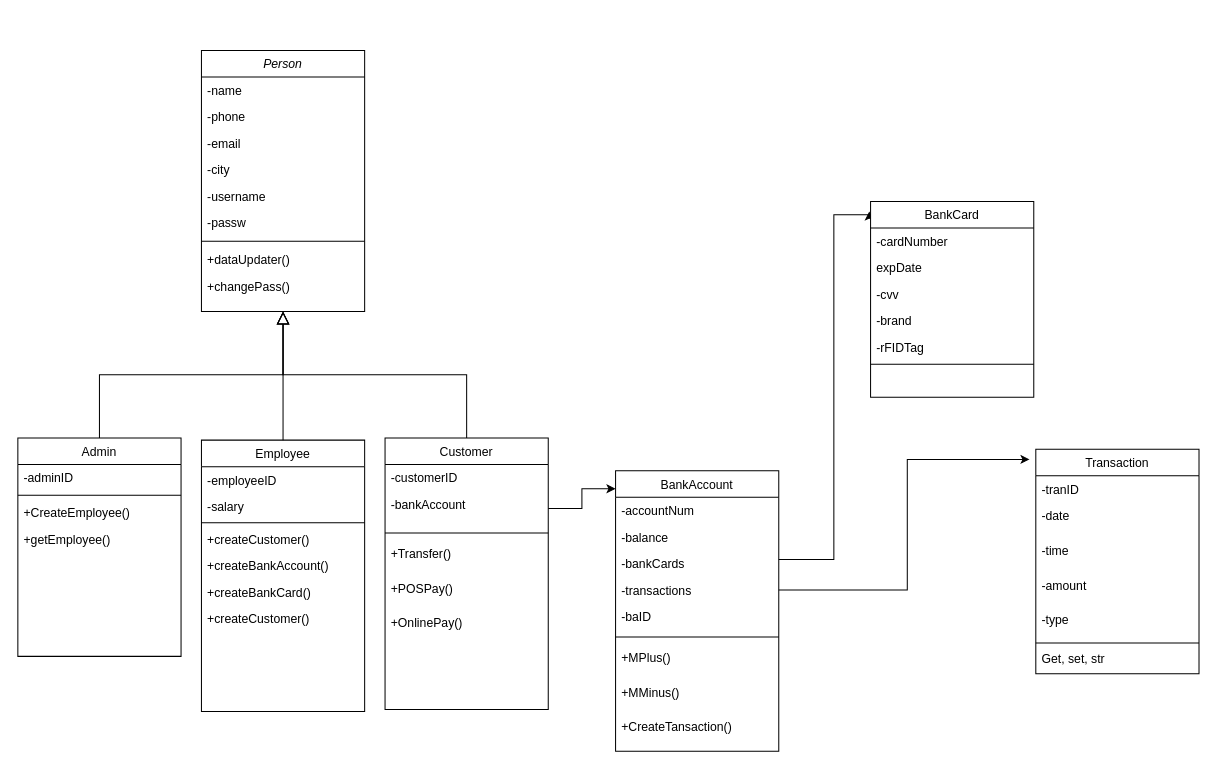
Above: OOP Python/Project - Bank/bank.drawio in ladamtla/School (draw.io), before the change. Source tidied: cells renumbered, new cells numbered last; positions are measured from the earlier drawing's top-left corner, leaving out a move shared by most shapes. Both pictures are drawn from the tidied source at 102%, with x=0, y=0 at pixel (17, 50).
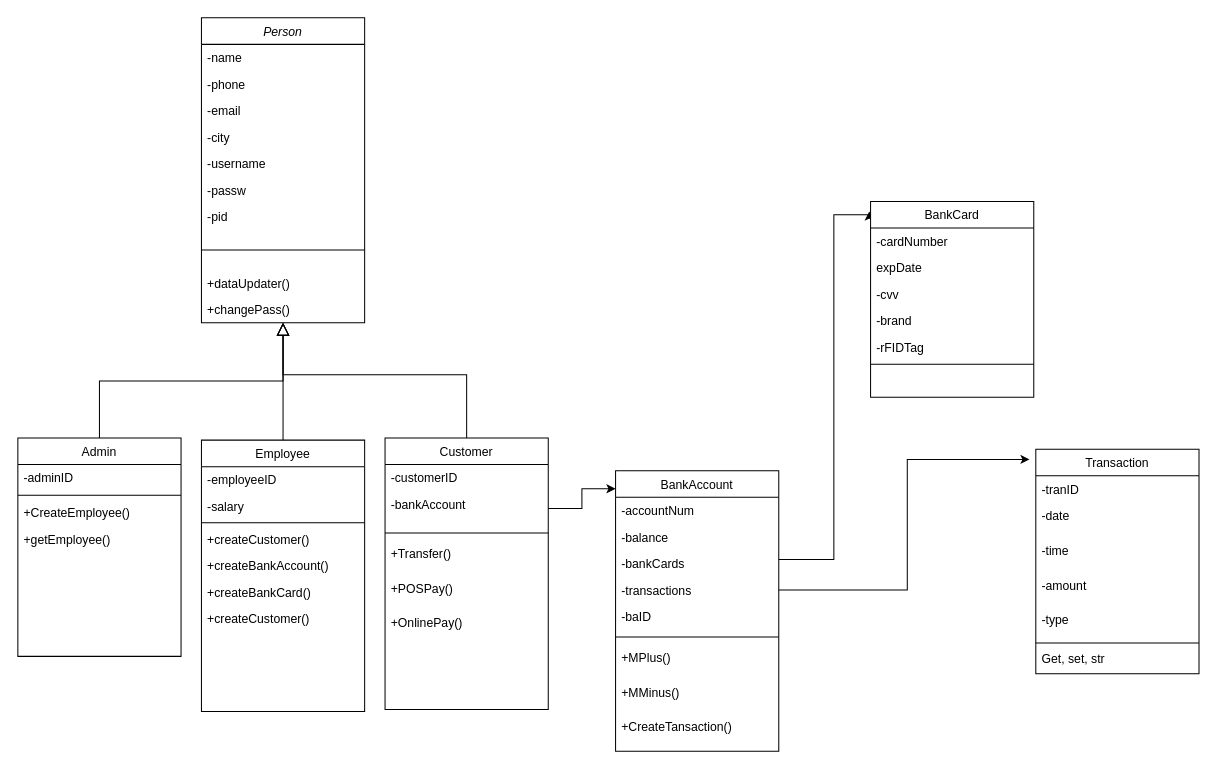
The same diagram, later.

Diff of the diagram source:
```diff
@@
     <mxCell id="2" value="Person" style="swimlane;fontStyle=2;align=center;verticalAlign=top;horizontal=1;startSize=26;rounded=0;shadow=0;strokeWidth=1;" parent="1" vertex="1">
-      <mxGeometry x="180" width="160" height="256" as="geometry" />
+      <mxGeometry x="180" y="-32" width="160" height="299" as="geometry" />
     </mxCell>
@@
+    <mxCell id="63" value="-pid" style="text;align=left;verticalAlign=top;spacingLeft=4;spacingRight=4;overflow=hidden;rounded=0;shadow=0;html=0;" parent="2" vertex="1">
+      <mxGeometry y="182" width="160" height="26" as="geometry" />
+    </mxCell>
     <mxCell id="9" style="line;html=1;strokeWidth=1;align=left;verticalAlign=middle;spacingTop=-1;spacingLeft=3;spacingRight=3;labelPosition=right;rounded=0;" parent="2" vertex="1">
-      <mxGeometry y="182" width="160" height="10" as="geometry" />
+      <mxGeometry y="208" width="160" height="39" as="geometry" />
     </mxCell>
     <mxCell id="10" value="+dataUpdater()" style="text;align=left;verticalAlign=top;spacingLeft=4;spacingRight=4;overflow=hidden;rounded=0;shadow=0;html=0;" parent="2" vertex="1">
-      <mxGeometry y="192" width="160" height="26" as="geometry" />
+      <mxGeometry y="247" width="160" height="26" as="geometry" />
     </mxCell>
     <mxCell id="11" value="+changePass()" style="text;align=left;verticalAlign=top;spacingLeft=4;spacingRight=4;overflow=hidden;rounded=0;shadow=0;html=0;" parent="2" vertex="1">
-      <mxGeometry y="218" width="160" height="26" as="geometry" />
+      <mxGeometry y="273" width="160" height="26" as="geometry" />
     </mxCell>
```
